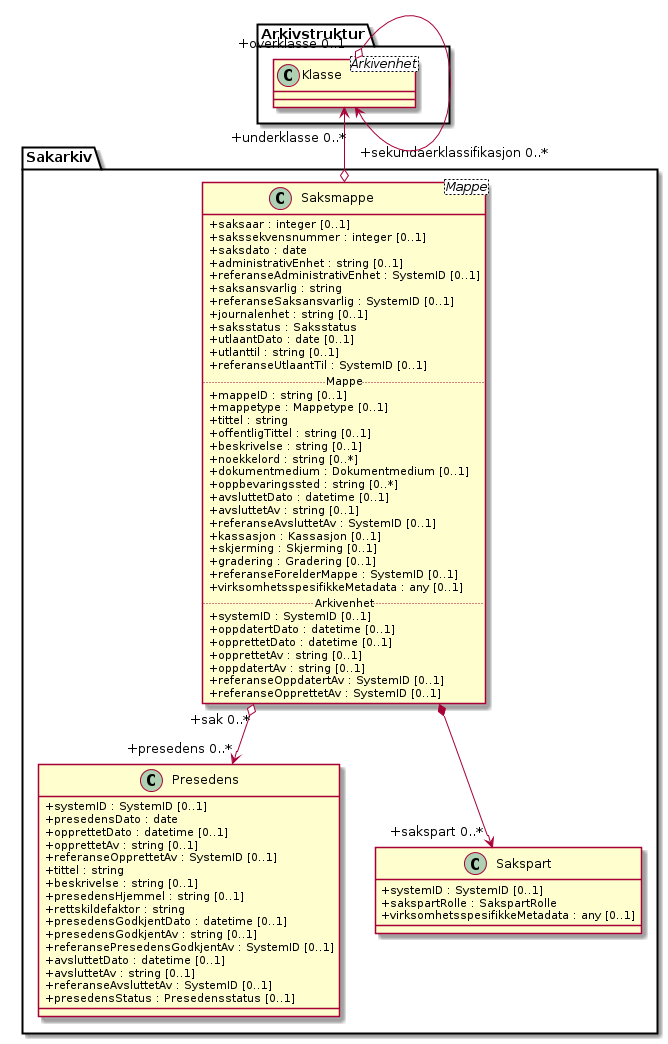
This is kapitler/media/uml-saksmappe.png from arkivverket/noark5-tjenestegrensesnitt-standard, a PlantUML export, as it was before one commit.
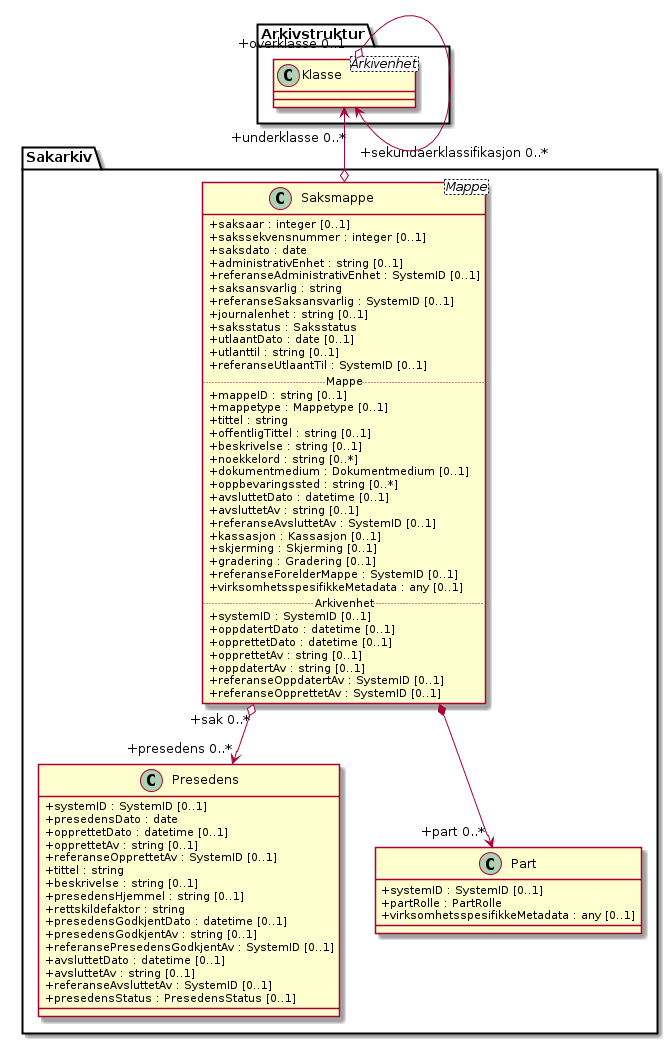
After the commit.

What changed in the source:
```diff
@@ -58,11 +58,11 @@
   +avsluttetDato : datetime [0..1]
   +avsluttetAv : string [0..1]
   +referanseAvsluttetAv : SystemID [0..1]
-  +presedensStatus : Presedensstatus [0..1]
+  +presedensStatus : PresedensStatus [0..1]
 }
-class Sakarkiv.Sakspart {
+class Sakarkiv.Part {
   +systemID : SystemID [0..1]
-  +sakspartRolle : SakspartRolle
+  +partRolle : PartRolle
   +virksomhetsspesifikkeMetadata : any [0..1]
 }
 
@@ -70,6 +70,6 @@
 Arkivstruktur.Klasse "\n\n+sekundaerklassifikasjon 0..*"  <--o Sakarkiv.Saksmappe
 Arkivstruktur.Klasse "+overklasse 0..1" o--> "\n+underklasse 0..*" Arkivstruktur.Klasse
 Sakarkiv.Saksmappe "+sak 0..*" o--> "+presedens 0..*" Sakarkiv.Presedens
-Sakarkiv.Saksmappe *--> "+sakspart 0..*" Sakarkiv.Sakspart
+Sakarkiv.Saksmappe *--> "+part 0..*" Sakarkiv.Part
 
 @enduml
```
